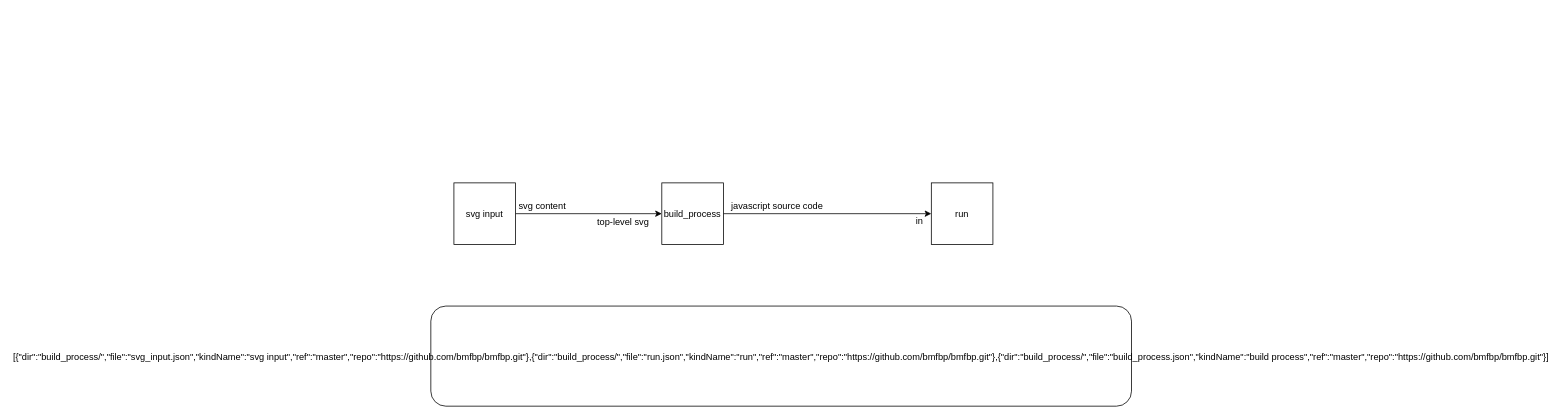
The draw.io diagram page "ide.svg" (1 of 3) of build_process/build_process.drawio in bmfbp/bmfbp, before the edit. Source tidied: cells renumbered, new cells numbered last; positions are measured from the earlier drawing's top-left corner, leaving out a move shared by most shapes. Both pictures are drawn from the tidied source at 77%, with x=0, y=0 at pixel (430, 182).
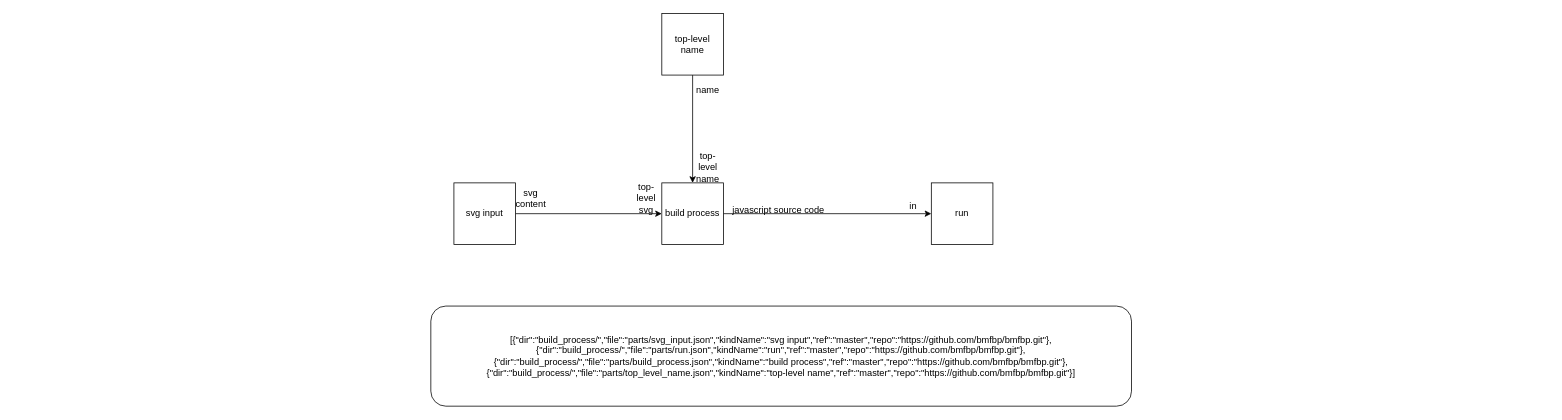
The same diagram, later.

Change to the diagram source:
```diff
@@
 <mxGraphModel>
   <root>
     <mxCell id="0" />
     <mxCell id="1" parent="0" />
     <mxCell id="2" style="edgeStyle=orthogonalEdgeStyle;rounded=0;jettySize=auto;html=1;exitX=1;exitY=0.5;exitDx=0;exitDy=0;entryX=0;entryY=0.5;entryDx=0;entryDy=0;" parent="1" edge="1" source="3" target="5">
       <mxGeometry relative="1" as="geometry" />
     </mxCell>
-    <mxCell id="3" value="svg input" parent="1" vertex="1">
+    <mxCell id="3" value="svg input" style="whiteSpace=wrap;html=1;" parent="1" vertex="1">
       <mxGeometry x="30" width="80" height="80" as="geometry" />
     </mxCell>
     <mxCell id="4" style="edgeStyle=orthogonalEdgeStyle;rounded=0;jettySize=auto;html=1;exitX=1;exitY=0.5;exitDx=0;exitDy=0;entryX=0;entryY=0.5;entryDx=0;entryDy=0;" parent="1" edge="1" source="5" target="9">
       <mxGeometry relative="1" as="geometry" />
     </mxCell>
-    <mxCell id="5" value="build_process" parent="1" vertex="1">
+    <mxCell id="5" value="build process&lt;br&gt;" style="whiteSpace=wrap;html=1;" parent="1" vertex="1">
       <mxGeometry x="300" width="80" height="80" as="geometry" />
     </mxCell>
-    <mxCell id="6" value="top-level svg" style="text;strokeColor=none;fillColor=none;align=center;verticalAlign=middle;rounded=0;" parent="1" vertex="1">
-      <mxGeometry x="210" y="40" width="80" height="20" as="geometry" />
+    <mxCell id="6" value="top-level svg" style="text;html=1;strokeColor=none;fillColor=none;align=center;verticalAlign=middle;whiteSpace=wrap;rounded=0;" parent="1" vertex="1">
+      <mxGeometry x="260" y="10" width="40" height="20" as="geometry" />
     </mxCell>
-    <mxCell id="7" value="svg content" style="text;strokeColor=none;fillColor=none;align=center;verticalAlign=middle;rounded=0;" parent="1" vertex="1">
-      <mxGeometry x="110" y="20" width="70" height="20" as="geometry" />
+    <mxCell id="7" value="svg content" style="text;html=1;strokeColor=none;fillColor=none;align=center;verticalAlign=middle;whiteSpace=wrap;rounded=0;" parent="1" vertex="1">
+      <mxGeometry x="110" y="10" width="40" height="20" as="geometry" />
     </mxCell>
-    <mxCell id="8" value="[{&quot;dir&quot;:&quot;build_process/&quot;,&quot;file&quot;:&quot;svg_input.json&quot;,&quot;kindName&quot;:&quot;svg input&quot;,&quot;ref&quot;:&quot;master&quot;,&quot;repo&quot;:&quot;https://github.com/bmfbp/bmfbp.git&quot;},{&quot;dir&quot;:&quot;build_process/&quot;,&quot;file&quot;:&quot;run.json&quot;,&quot;kindName&quot;:&quot;run&quot;,&quot;ref&quot;:&quot;master&quot;,&quot;repo&quot;:&quot;https://github.com/bmfbp/bmfbp.git&quot;},{&quot;dir&quot;:&quot;build_process/&quot;,&quot;file&quot;:&quot;build_process.json&quot;,&quot;kindName&quot;:&quot;build process&quot;,&quot;ref&quot;:&quot;master&quot;,&quot;repo&quot;:&quot;https://github.com/bmfbp/bmfbp.git&quot;}]" style="rounded=1;" parent="1" vertex="1">
+    <mxCell id="8" value="[{&quot;dir&quot;:&quot;build_process/&quot;,&quot;file&quot;:&quot;parts/svg_input.json&quot;,&quot;kindName&quot;:&quot;svg input&quot;,&quot;ref&quot;:&quot;master&quot;,&quot;repo&quot;:&quot;https://github.com/bmfbp/bmfbp.git&quot;},{&quot;dir&quot;:&quot;build_process/&quot;,&quot;file&quot;:&quot;parts/run.json&quot;,&quot;kindName&quot;:&quot;run&quot;,&quot;ref&quot;:&quot;master&quot;,&quot;repo&quot;:&quot;https://github.com/bmfbp/bmfbp.git&quot;},{&quot;dir&quot;:&quot;build_process/&quot;,&quot;file&quot;:&quot;parts/build_process.json&quot;,&quot;kindName&quot;:&quot;build process&quot;,&quot;ref&quot;:&quot;master&quot;,&quot;repo&quot;:&quot;https://github.com/bmfbp/bmfbp.git&quot;},{&quot;dir&quot;:&quot;build_process/&quot;,&quot;file&quot;:&quot;parts/top_level_name.json&quot;,&quot;kindName&quot;:&quot;top-level name&quot;,&quot;ref&quot;:&quot;master&quot;,&quot;repo&quot;:&quot;https://github.com/bmfbp/bmfbp.git&quot;}]" style="rounded=1;whiteSpace=wrap;html=1;" parent="1" vertex="1">
       <mxGeometry y="160" width="910" height="130" as="geometry" />
     </mxCell>
+    <mxCell id="10" value="&lt;span&gt;javascript source code&lt;/span&gt;" style="text;html=1;align=left;verticalAlign=top;spacingTop=-4;" parent="1" vertex="1">
+      <mxGeometry x="390" y="25" width="130" height="10" as="geometry" />
+    </mxCell>
-    <mxCell id="9" value="run" parent="1" vertex="1">
+    <mxCell id="9" value="run" style="whiteSpace=wrap;html=1;" parent="1" vertex="1">
       <mxGeometry x="650" width="80" height="80" as="geometry" />
     </mxCell>
-    <mxCell id="10" value="javascript source code" style="text;strokeColor=none;fillColor=none;align=center;verticalAlign=middle;rounded=0;" parent="1" vertex="1">
-      <mxGeometry x="380" y="20" width="140" height="20" as="geometry" />
-    </mxCell>
-    <mxCell id="11" value="in" style="text;html=1;strokeColor=none;fillColor=none;align=center;verticalAlign=middle;whiteSpace=wrap;rounded=0;" parent="1" vertex="1">
-      <mxGeometry x="620" y="40" width="30" height="20" as="geometry" />
+    <mxCell id="11" value="in" style="text;html=1;align=left;verticalAlign=top;spacingTop=-4;" parent="1" vertex="1">
+      <mxGeometry x="620" y="20" width="20" height="10" as="geometry" />
     </mxCell>
+    <mxCell id="12" style="edgeStyle=orthogonalEdgeStyle;rounded=0;jettySize=auto;html=1;exitX=0.5;exitY=1;exitDx=0;exitDy=0;" parent="1" edge="1" source="13" target="5">
+      <mxGeometry relative="1" as="geometry" />
+    </mxCell>
+    <mxCell id="13" value="top-level name" style="whiteSpace=wrap;html=1;" parent="1" vertex="1">
+      <mxGeometry x="300" y="-220" width="80" height="80" as="geometry" />
+    </mxCell>
+    <mxCell id="14" value="top-level name" style="text;html=1;strokeColor=none;fillColor=none;align=center;verticalAlign=middle;whiteSpace=wrap;rounded=0;" parent="1" vertex="1">
+      <mxGeometry x="340" y="-30" width="40" height="20" as="geometry" />
+    </mxCell>
+    <mxCell id="15" value="name" style="text;html=1;strokeColor=none;fillColor=none;align=center;verticalAlign=middle;whiteSpace=wrap;rounded=0;" parent="1" vertex="1">
+      <mxGeometry x="340" y="-130" width="40" height="20" as="geometry" />
+    </mxCell>
   </root>
 </mxGraphModel>
```
